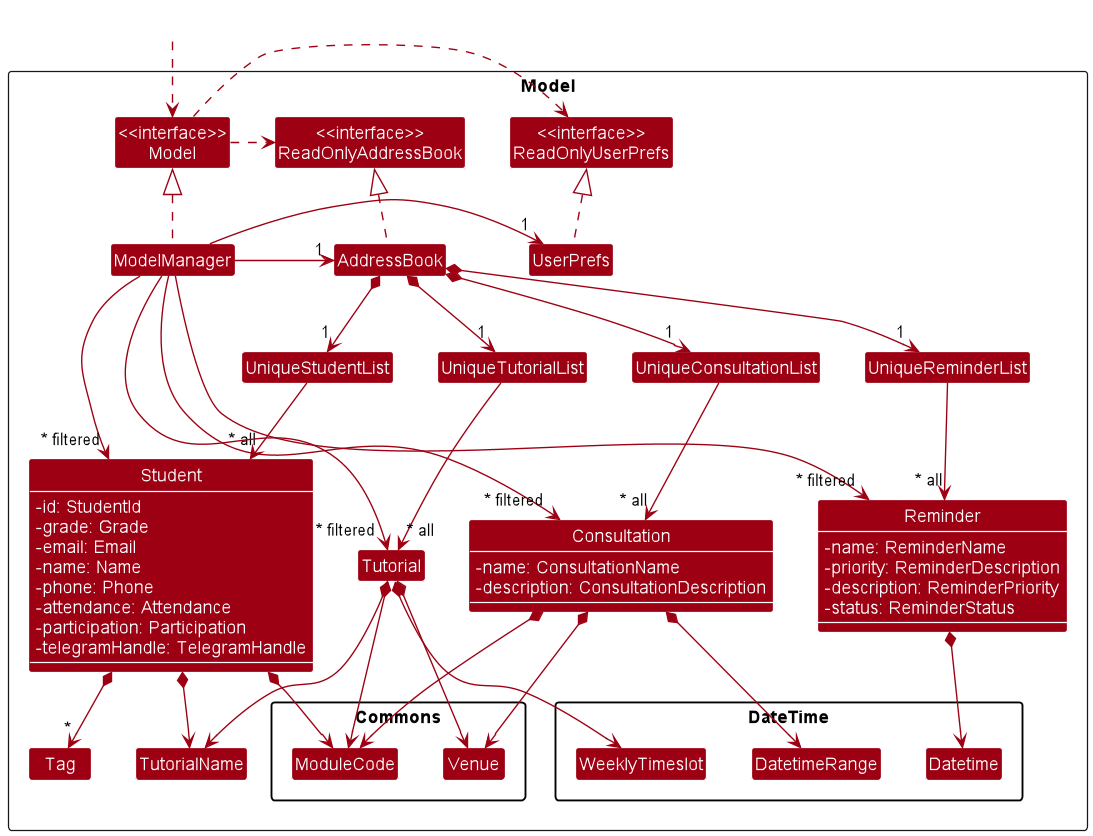
nus-cs2103-AY2223S1/tp keeps this PlantUML diagram as docs/images/ModelClassDiagram.png. Above is the earlier version. Its source is kept beside it as docs/diagrams/ModelClassDiagram.puml.
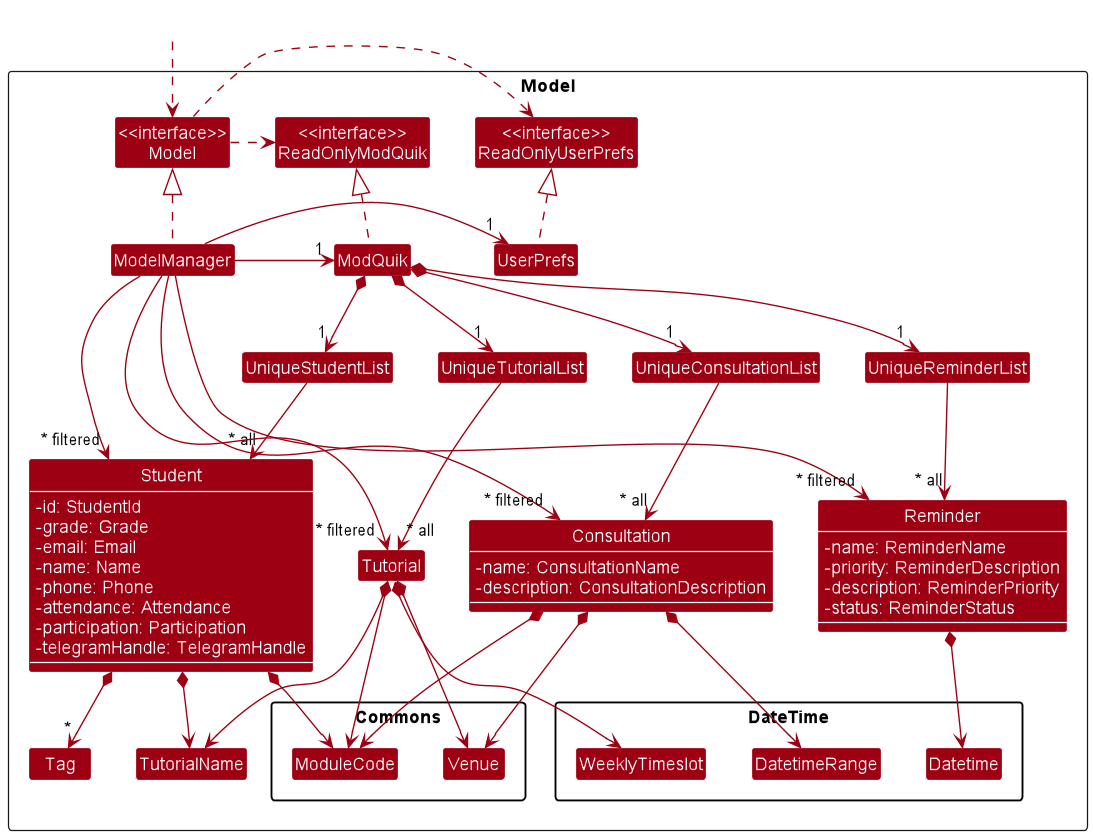
After the commit.

Commit message:
Change addressbook to modquik

What changed in the source:
```diff
@@ -6,10 +6,10 @@
 skinparam classAttributeIconSize 0
 
 Package Model <<Rectangle>>{
-Class "<<interface>>\nReadOnlyAddressBook" as ReadOnlyAddressBook
+Class "<<interface>>\nReadOnlyModQuik" as ReadOnlyModQuik
 Class "<<interface>>\nReadOnlyUserPrefs" as ReadOnlyUserPrefs
 Class "<<interface>>\nModel" as Model
-Class AddressBook
+Class ModQuik
 Class ModelManager
 Class UserPrefs
 
@@ -68,32 +68,32 @@
 Class HiddenOutside #FFFFFF
 HiddenOutside ..> Model
 
-AddressBook .up.|> ReadOnlyAddressBook
+ModQuik .up.|> ReadOnlyModQuik
 
 ModelManager .up.|> Model
 Model .right.> ReadOnlyUserPrefs
-Model .right.> ReadOnlyAddressBook
-ModelManager -right-> "1" AddressBook
+Model .right.> ReadOnlyModQuik
+ModelManager -right-> "1" ModQuik
 ModelManager -right-> "1" UserPrefs
 UserPrefs .up.|> ReadOnlyUserPrefs
 
-AddressBook *-down-> "1" UniqueStudentList
+ModQuik *-down-> "1" UniqueStudentList
 UniqueStudentList --> "~* all" Student
 Student *--> ModuleCode
 Student *--> TutorialName
 Student *--> "*" Tag
 
-AddressBook *-down-> "1" UniqueConsultationList
+ModQuik *-down-> "1" UniqueConsultationList
 UniqueConsultationList --> "~* all" Consultation
 Consultation *--> ModuleCode
 Consultation *--> Venue
 Consultation *--> DatetimeRange
 
-AddressBook *-down-> "1" UniqueReminderList
+ModQuik *-down-> "1" UniqueReminderList
 UniqueReminderList --> "~* all" Reminder
 Reminder *--> Datetime
 
-AddressBook *-down-> "1" UniqueTutorialList
+ModQuik *-down-> "1" UniqueTutorialList
 UniqueTutorialList --> "~* all" Tutorial
 Tutorial *--> TutorialName
 Tutorial *--> ModuleCode
```
